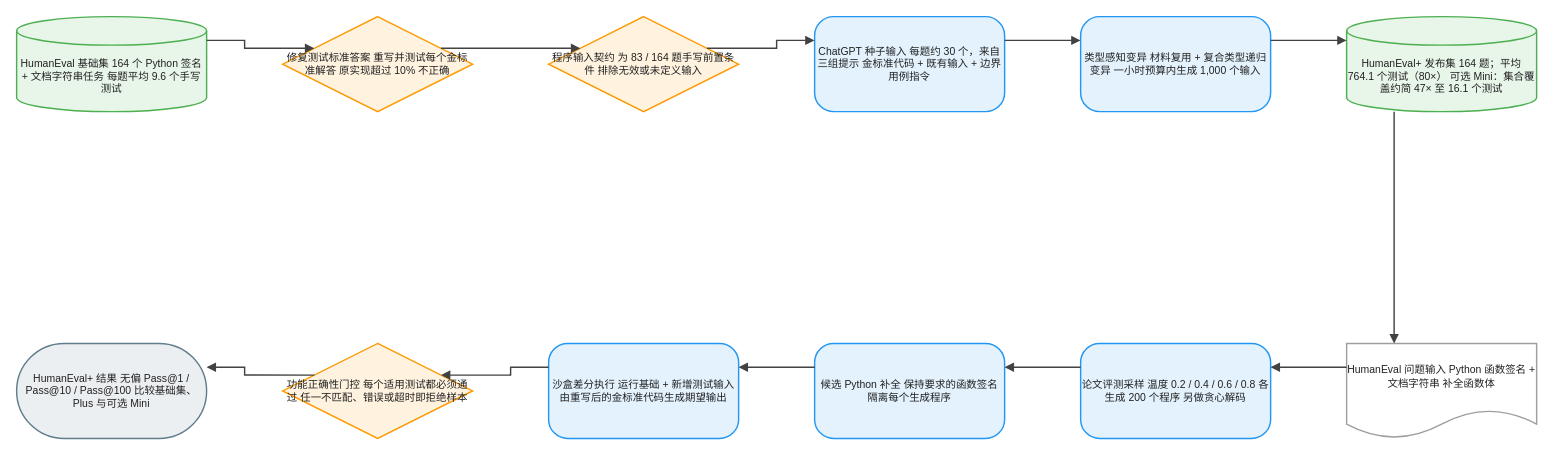
The draw.io diagram client/public/drawio/HumanEvalPlus/HumanEvalPlus.zh.drawio in joe1chief/benchmark-hub, before the edit. Source tidied: cells renumbered, new cells numbered last; positions are measured from the earlier drawing's top-left corner, leaving out a move shared by most shapes. Both pictures are drawn from the tidied source at 95%, with x=0, y=0 at pixel (16, 16).
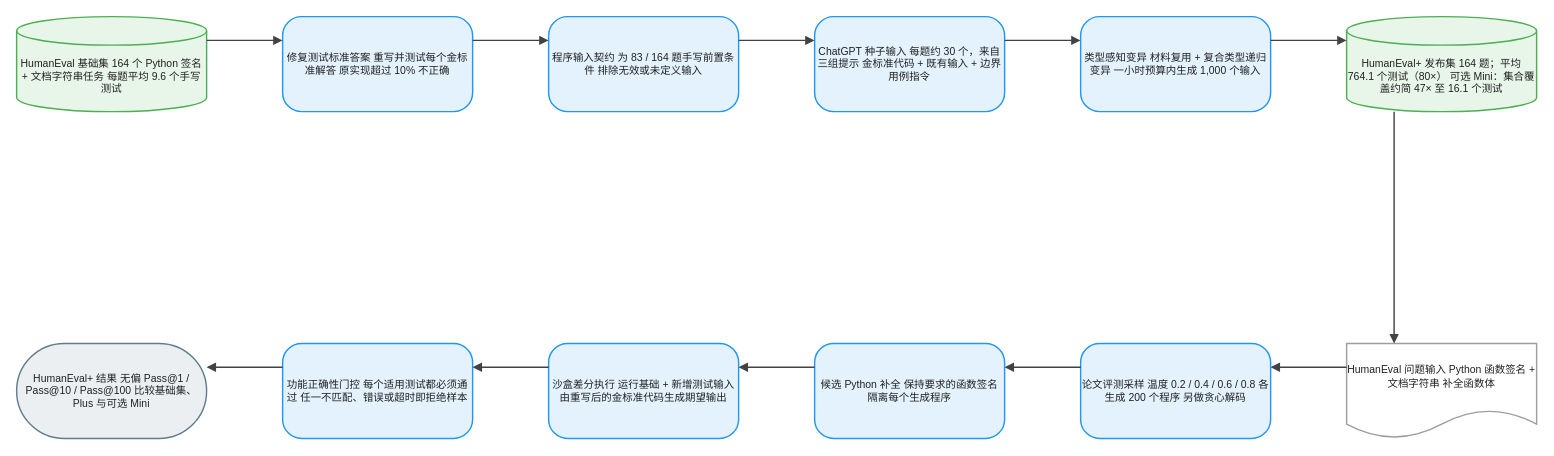
After the change.

Change to the diagram source:
```diff
@@
-    <mxCell id="3" value="修复测试标准答案 重写并测试每个金标准解答 原实现超过 10% 不正确" style="rhombus;html=1;whiteSpace=wrap;fillColor=#FFF3E0;strokeColor=#FF9800;strokeWidth=1.5;fontColor=#212121;fontSize=11;fontFamily=Arial, Helvetica, sans-serif;verticalAlign=middle;align=center;" parent="1" vertex="1">
+    <mxCell id="3" value="修复测试标准答案 重写并测试每个金标准解答 原实现超过 10% 不正确" style="rounded=1;arcSize=20;html=1;whiteSpace=wrap;fillColor=#E3F2FD;strokeColor=#2196F3;strokeWidth=1.5;fontColor=#212121;fontSize=11;fontFamily=Arial, Helvetica, sans-serif;verticalAlign=middle;align=center;" parent="1" vertex="1">
       <mxGeometry x="280" width="200" height="100" as="geometry" />
     </mxCell>
-    <mxCell id="4" value="程序输入契约 为 83 / 164 题手写前置条件 排除无效或未定义输入" style="rhombus;html=1;whiteSpace=wrap;fillColor=#FFF3E0;strokeColor=#FF9800;strokeWidth=1.5;fontColor=#212121;fontSize=11;fontFamily=Arial, Helvetica, sans-serif;verticalAlign=middle;align=center;" parent="1" vertex="1">
+    <mxCell id="4" value="程序输入契约 为 83 / 164 题手写前置条件 排除无效或未定义输入" style="rounded=1;arcSize=20;html=1;whiteSpace=wrap;fillColor=#E3F2FD;strokeColor=#2196F3;strokeWidth=1.5;fontColor=#212121;fontSize=11;fontFamily=Arial, Helvetica, sans-serif;verticalAlign=middle;align=center;" parent="1" vertex="1">
       <mxGeometry x="560" width="200" height="100" as="geometry" />
     </mxCell>
@@
-    <mxCell id="12" value="功能正确性门控 每个适用测试都必须通过 任一不匹配、错误或超时即拒绝样本" style="rhombus;html=1;whiteSpace=wrap;fillColor=#FFF3E0;strokeColor=#FF9800;strokeWidth=1.5;fontColor=#212121;fontSize=11;fontFamily=Arial, Helvetica, sans-serif;verticalAlign=middle;align=center;" parent="1" vertex="1">
+    <mxCell id="12" value="功能正确性门控 每个适用测试都必须通过 任一不匹配、错误或超时即拒绝样本" style="rounded=1;arcSize=20;html=1;whiteSpace=wrap;fillColor=#E3F2FD;strokeColor=#2196F3;strokeWidth=1.5;fontColor=#212121;fontSize=11;fontFamily=Arial, Helvetica, sans-serif;verticalAlign=middle;align=center;" parent="1" vertex="1">
       <mxGeometry x="280" y="344" width="200" height="100" as="geometry" />
     </mxCell>
```
